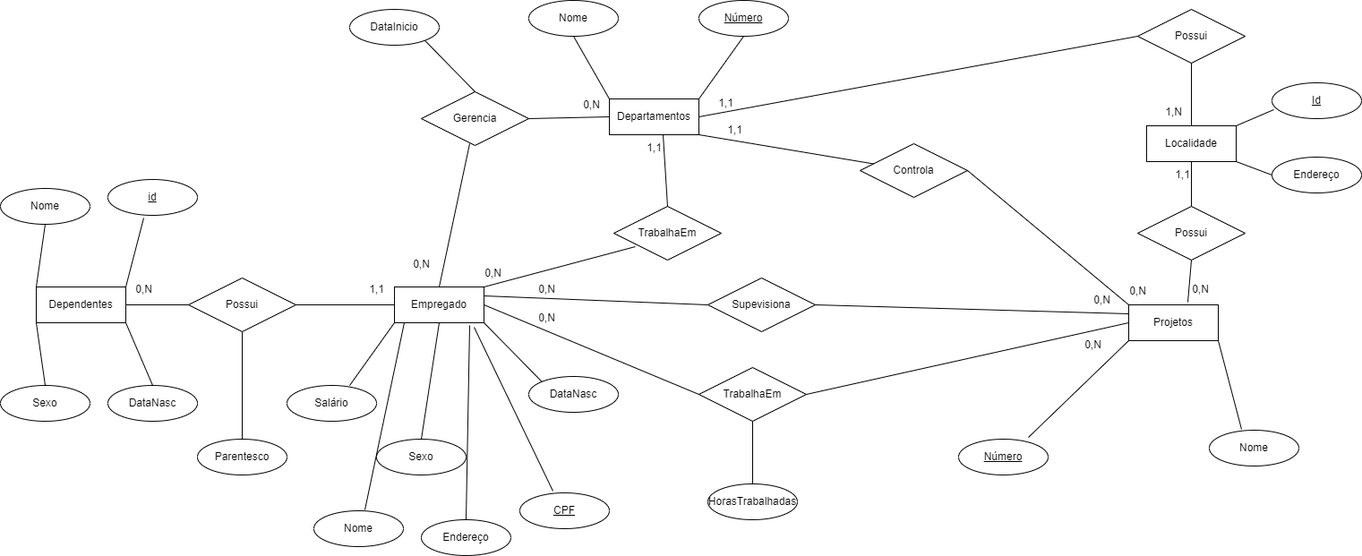
mateusfaissal/modelagens-BD keeps this draw.io diagram as ativ-Company-BD01.drawio.png. Above is the earlier version. Source tidied: cells renumbered, new cells last; positions are measured from the earlier drawing's top-left corner, leaving out a move shared by most shapes.
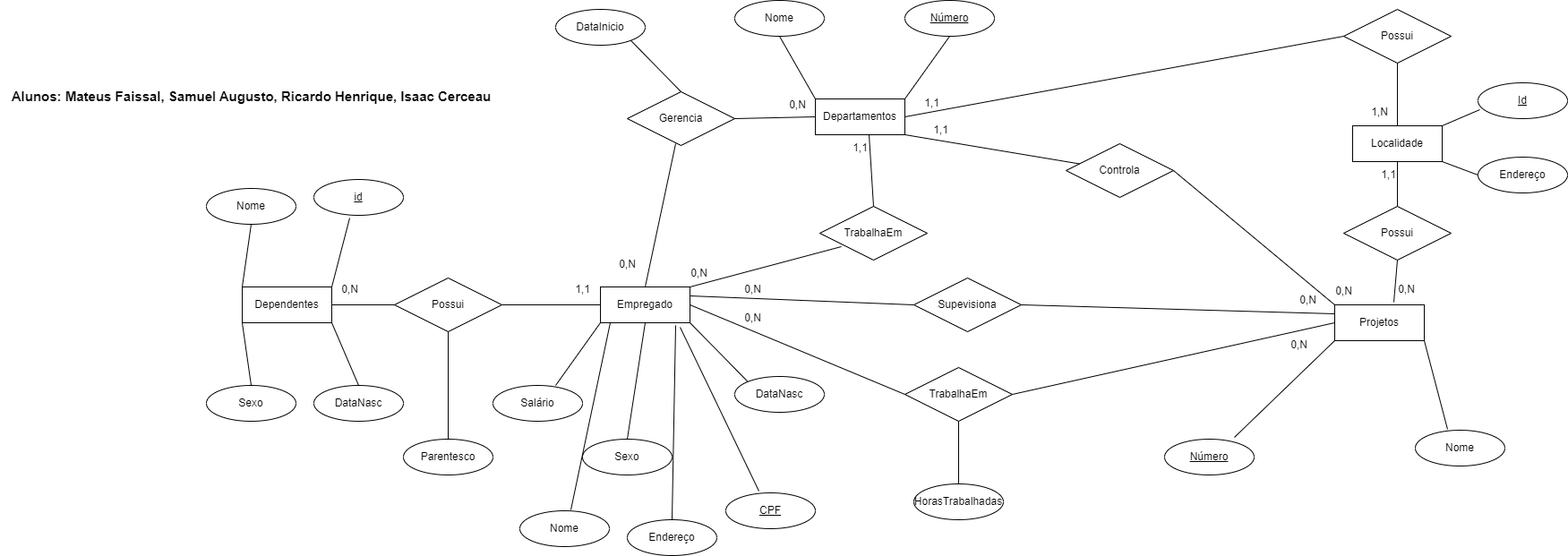
After the commit.

Diff of the diagram source:
```diff
@@ -267,5 +267,8 @@
     <mxCell id="86" style="endArrow=none;html=1;rounded=0;exitX=1;exitY=0;exitDx=0;exitDy=0;entryX=0.02;entryY=0.75;entryDx=0;entryDy=0;entryPerimeter=0;" parent="1" edge="1" source="42" target="83">
       <mxGeometry relative="1" as="geometry" />
     </mxCell>
+    <mxCell id="87" value="&lt;b&gt;&lt;font style=&quot;font-size: 15px;&quot;&gt;Alunos: Mateus Faissal, Samuel Augusto, Ricardo Henrique, Isaac Cerceau&lt;/font&gt;&lt;/b&gt;" style="text;html=1;align=center;verticalAlign=middle;strokeColor=none;fillColor=none;" parent="1" vertex="1">
+      <mxGeometry x="-230" y="92" width="560" height="30" as="geometry" />
+    </mxCell>
   </root>
 </mxGraphModel>
```
